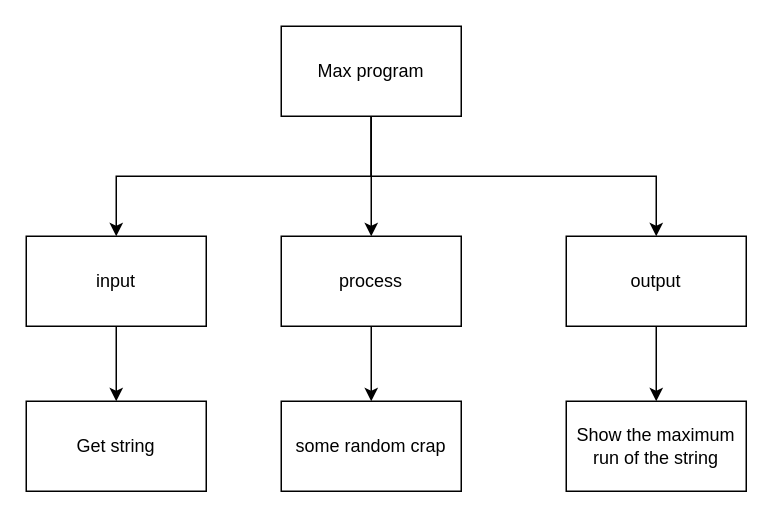
The draw.io diagram top_down and flochart/top_down.drawio in Huzaifa-Khalid-2/ics4u-assignment2-typescript, before the edit. Source tidied: cells renumbered, new cells numbered last; positions are measured from the earlier drawing's top-left corner, leaving out a move shared by most shapes. Both pictures are drawn from the tidied source at 150%, with x=0, y=0 at pixel (26, 26).
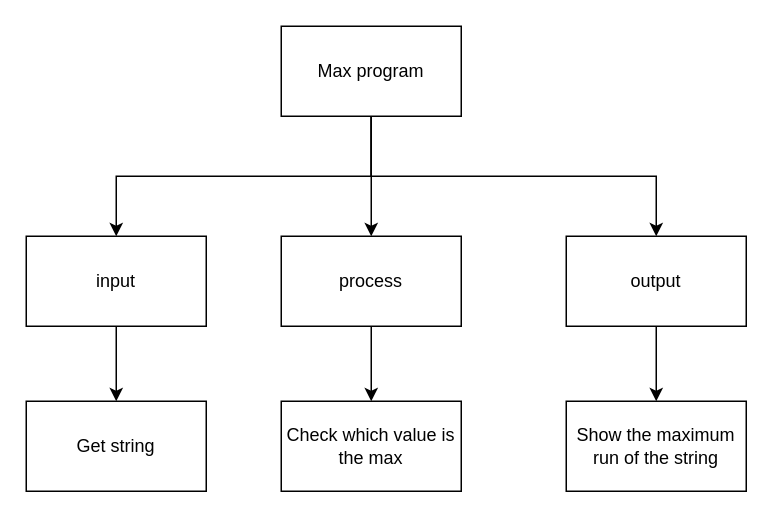
The same diagram, later.

Diff of the diagram source:
```diff
@@
 <mxGraphModel>
   <root>
     <mxCell id="0" />
     <mxCell id="1" parent="0" />
     <mxCell id="2" style="edgeStyle=elbowEdgeStyle;html=1;rounded=0;elbow=vertical;" parent="1" edge="1" source="5" target="7">
       <mxGeometry relative="1" as="geometry" />
     </mxCell>
     <mxCell id="3" style="edgeStyle=none;html=1;entryX=0.5;entryY=0;entryDx=0;entryDy=0;" parent="1" edge="1" source="5" target="10">
       <mxGeometry relative="1" as="geometry" />
     </mxCell>
     <mxCell id="4" style="edgeStyle=elbowEdgeStyle;html=1;entryX=0.5;entryY=0;entryDx=0;entryDy=0;elbow=vertical;rounded=0;" parent="1" edge="1" source="5" target="12">
       <mxGeometry relative="1" as="geometry" />
     </mxCell>
     <mxCell id="5" value="Max program" style="rounded=0;whiteSpace=wrap;html=1;" parent="1" vertex="1">
       <mxGeometry x="170" width="120" height="60" as="geometry" />
     </mxCell>
     <mxCell id="6" style="edgeStyle=none;html=1;entryX=0.5;entryY=0;entryDx=0;entryDy=0;" parent="1" edge="1" source="7" target="8">
       <mxGeometry relative="1" as="geometry" />
     </mxCell>
     <mxCell id="7" value="input" style="rounded=0;whiteSpace=wrap;html=1;" parent="1" vertex="1">
       <mxGeometry y="140" width="120" height="60" as="geometry" />
     </mxCell>
     <mxCell id="8" value="Get string" style="rounded=0;whiteSpace=wrap;html=1;" parent="1" vertex="1">
       <mxGeometry y="250" width="120" height="60" as="geometry" />
     </mxCell>
     <mxCell id="9" style="edgeStyle=none;html=1;entryX=0.5;entryY=0;entryDx=0;entryDy=0;" parent="1" edge="1" source="10" target="13">
       <mxGeometry relative="1" as="geometry" />
     </mxCell>
     <mxCell id="10" value="process" style="rounded=0;whiteSpace=wrap;html=1;" parent="1" vertex="1">
       <mxGeometry x="170" y="140" width="120" height="60" as="geometry" />
     </mxCell>
     <mxCell id="11" style="edgeStyle=none;html=1;entryX=0.5;entryY=0;entryDx=0;entryDy=0;" parent="1" edge="1" source="12" target="14">
       <mxGeometry relative="1" as="geometry" />
     </mxCell>
     <mxCell id="12" value="output" style="rounded=0;whiteSpace=wrap;html=1;" parent="1" vertex="1">
       <mxGeometry x="360" y="140" width="120" height="60" as="geometry" />
     </mxCell>
-    <mxCell id="13" value="some random crap" style="rounded=0;whiteSpace=wrap;html=1;" parent="1" vertex="1">
+    <mxCell id="13" value="Check which value is the max" style="rounded=0;whiteSpace=wrap;html=1;" parent="1" vertex="1">
       <mxGeometry x="170" y="250" width="120" height="60" as="geometry" />
     </mxCell>
     <mxCell id="14" value="Show the maximum run of the string" style="rounded=0;whiteSpace=wrap;html=1;" parent="1" vertex="1">
       <mxGeometry x="360" y="250" width="120" height="60" as="geometry" />
     </mxCell>
   </root>
 </mxGraphModel>
```
